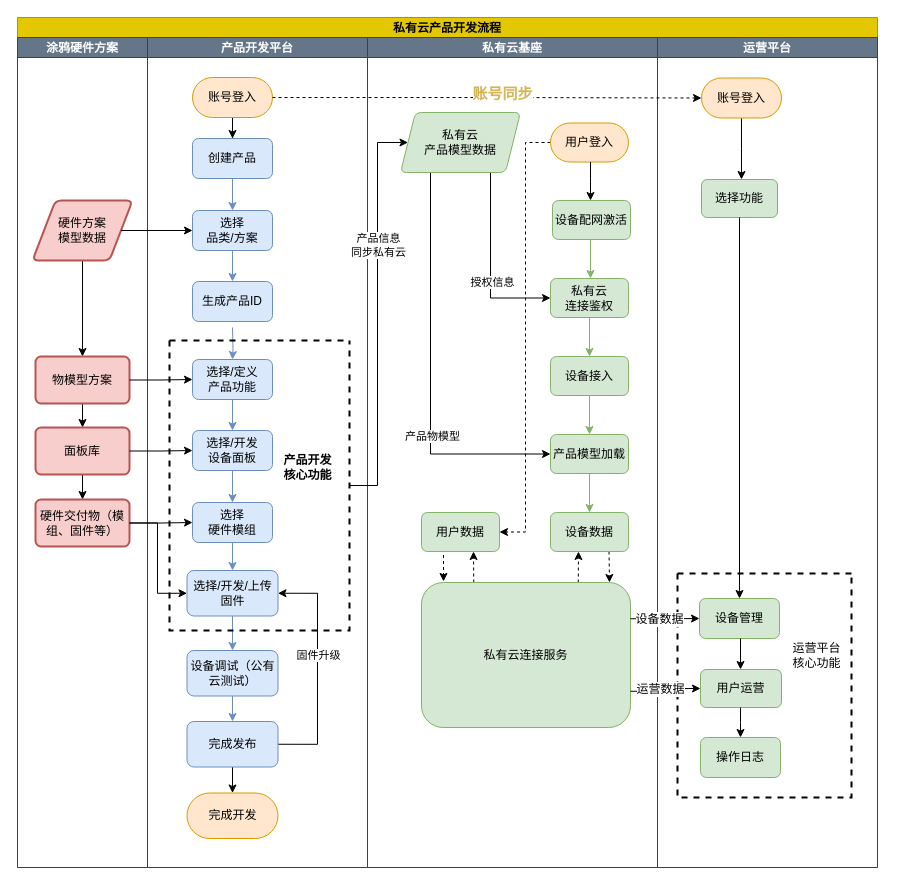
Earlier version of the draw.io diagram Cube_workflow.drawio (Sidamor/drawio). Source tidied: cells renumbered, new cells numbered last; positions are measured from the earlier drawing's top-left corner, leaving out a move shared by most shapes. Both pictures are drawn from the tidied source at 100%, with x=0, y=0 at pixel (17, 17).
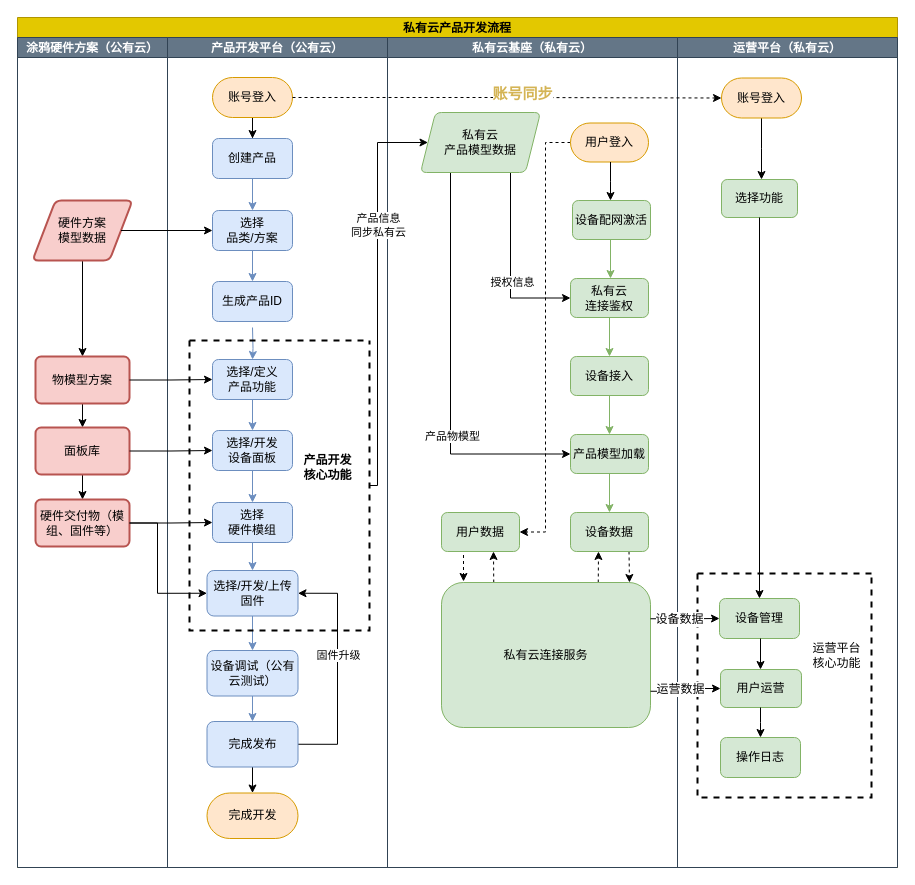
The same diagram, later.

The edit, as a diff of the source:
```diff
@@
     <mxCell id="2" value="私有云产品开发流程" style="swimlane;startSize=20;fillColor=#e3c800;fontColor=#000000;strokeColor=#B09500;" parent="1" vertex="1">
-      <mxGeometry width="860" height="850" as="geometry" />
+      <mxGeometry width="880" height="850" as="geometry" />
     </mxCell>
-    <mxCell id="3" value="涂鸦硬件方案" style="swimlane;startSize=20;fillColor=#647687;fontColor=#ffffff;strokeColor=#314354;" parent="2" vertex="1">
-      <mxGeometry y="20" width="130" height="830" as="geometry" />
+    <mxCell id="3" value="涂鸦硬件方案（公有云）" style="swimlane;startSize=20;fillColor=#647687;fontColor=#ffffff;strokeColor=#314354;" parent="2" vertex="1">
+      <mxGeometry y="20" width="150" height="830" as="geometry" />
     </mxCell>
@@
-    <mxCell id="11" value="产品开发平台" style="swimlane;startSize=20;fillColor=#647687;fontColor=#ffffff;strokeColor=#314354;" parent="2" vertex="1">
-      <mxGeometry x="130" y="20" width="220" height="830" as="geometry" />
+    <mxCell id="11" value="产品开发平台（公有云）" style="swimlane;startSize=20;fillColor=#647687;fontColor=#ffffff;strokeColor=#314354;" parent="2" vertex="1">
+      <mxGeometry x="150" y="20" width="220" height="830" as="geometry" />
     </mxCell>
@@
-    <mxCell id="37" value="私有云基座" style="swimlane;startSize=20;fillColor=#647687;fontColor=#ffffff;strokeColor=#314354;" parent="2" vertex="1">
-      <mxGeometry x="350" y="20" width="290" height="830" as="geometry" />
+    <mxCell id="37" value="私有云基座（私有云）" style="swimlane;startSize=20;fillColor=#647687;fontColor=#ffffff;strokeColor=#314354;" parent="2" vertex="1">
+      <mxGeometry x="370" y="20" width="290" height="830" as="geometry" />
     </mxCell>
@@
-    <mxCell id="61" value="运营平台" style="swimlane;startSize=20;fillColor=#647687;fontColor=#ffffff;strokeColor=#314354;" parent="2" vertex="1">
-      <mxGeometry x="640" y="20" width="220" height="830" as="geometry" />
+    <mxCell id="61" value="运营平台（私有云）" style="swimlane;startSize=20;fillColor=#647687;fontColor=#ffffff;strokeColor=#314354;" parent="2" vertex="1">
+      <mxGeometry x="660" y="20" width="220" height="830" as="geometry" />
     </mxCell>
```
